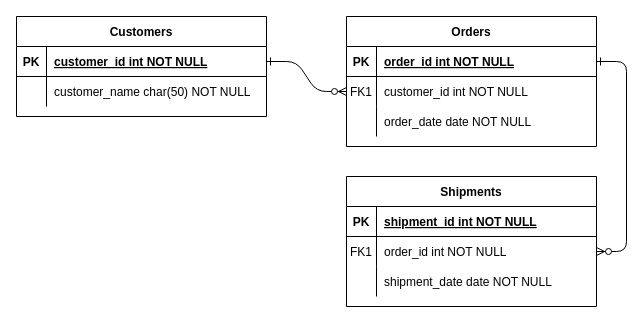
Earlier version of the draw.io diagram Test.drawio (KhanAnupamShafi/draw.io). Source tidied: cells renumbered, new cells numbered last; positions are measured from the earlier drawing's top-left corner, leaving out a move shared by most shapes. Both pictures are drawn from the tidied source at 100%, with x=0, y=0 at pixel (16, 16).
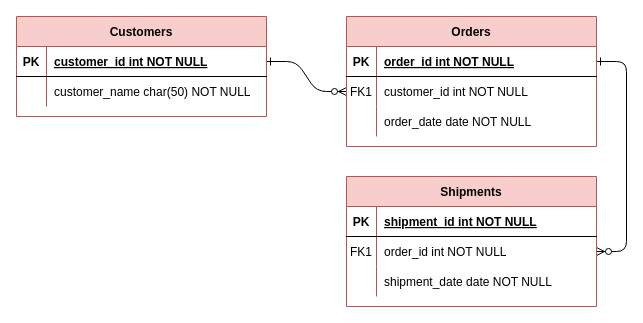
Above is the later version.

The edit, as a diff of the source:
```diff
@@
-    <mxCell id="4" value="Orders" style="shape=table;startSize=30;childLayout=tableLayout;rowLines=0;fontStyle=1;align=center;" parent="1" vertex="1">
+    <mxCell id="4" value="Orders" style="shape=table;startSize=30;childLayout=tableLayout;rowLines=0;fontStyle=1;align=center;fillColor=#f8cecc;strokeColor=#b85450;" parent="1" vertex="1">
       <mxGeometry x="330" width="250" height="130" as="geometry" />
     </mxCell>
@@
-    <mxCell id="14" value="Shipments" style="shape=table;startSize=30;childLayout=tableLayout;rowLines=0;fontStyle=1;align=center;" parent="1" vertex="1">
+    <mxCell id="14" value="Shipments" style="shape=table;startSize=30;childLayout=tableLayout;rowLines=0;fontStyle=1;align=center;fillColor=#f8cecc;strokeColor=#b85450;" parent="1" vertex="1">
       <mxGeometry x="330" y="160" width="250" height="130" as="geometry" />
     </mxCell>
@@
-    <mxCell id="24" value="Customers" style="shape=table;startSize=30;childLayout=tableLayout;rowLines=0;fontStyle=1;align=center;" parent="1" vertex="1">
+    <mxCell id="24" value="Customers" style="shape=table;startSize=30;childLayout=tableLayout;rowLines=0;fontStyle=1;align=center;fillColor=#f8cecc;strokeColor=#b85450;" parent="1" vertex="1">
       <mxGeometry width="250" height="100" as="geometry" />
     </mxCell>
```
